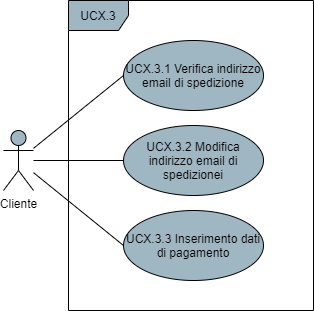
Before: DocumentazioneEsterna/AnalisiDeiRequisiti/res/UseCase/Immagini/InserimentoDatiAcquisto.png, a diagram exported from draw.io (Omicron-Team/Documentazione). Source tidied: cells renumbered, new cells last; positions are measured from the earlier drawing's top-left corner, leaving out a move shared by most shapes.
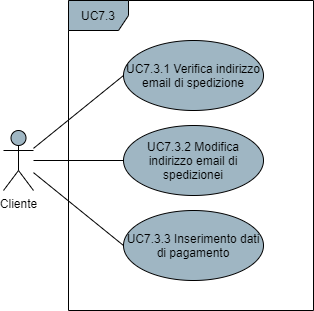
The same diagram one commit later.

Diff of the diagram source:
```diff
@@ -11,16 +11,16 @@
     <mxCell id="4" value="Cliente" style="shape=umlActor;verticalLabelPosition=bottom;verticalAlign=top;html=1;fillColor=#9FB6C3;" parent="1" vertex="1">
       <mxGeometry y="130" width="30" height="60" as="geometry" />
     </mxCell>
-    <mxCell id="5" value="UCX.3" style="shape=umlFrame;whiteSpace=wrap;html=1;fillColor=#9FB6C3;" parent="1" vertex="1">
+    <mxCell id="5" value="UC7.3" style="shape=umlFrame;whiteSpace=wrap;html=1;fillColor=#9FB6C3;" parent="1" vertex="1">
       <mxGeometry x="65" width="245" height="310" as="geometry" />
     </mxCell>
-    <mxCell id="6" value="UCX.3.2 Modifica indirizzo email di spedizionei" style="ellipse;whiteSpace=wrap;html=1;fillColor=#9FB6C3;" parent="1" vertex="1">
+    <mxCell id="6" value="UC7.3.2 Modifica indirizzo email di spedizionei" style="ellipse;whiteSpace=wrap;html=1;fillColor=#9FB6C3;" parent="1" vertex="1">
       <mxGeometry x="120" y="125" width="140" height="70" as="geometry" />
     </mxCell>
-    <mxCell id="7" value="UCX.3.3 Inserimento dati di pagamento" style="ellipse;whiteSpace=wrap;html=1;fillColor=#9FB6C3;" parent="1" vertex="1">
+    <mxCell id="7" value="UC7.3.3 Inserimento dati di pagamento" style="ellipse;whiteSpace=wrap;html=1;fillColor=#9FB6C3;" parent="1" vertex="1">
       <mxGeometry x="120" y="210" width="140" height="70" as="geometry" />
     </mxCell>
-    <mxCell id="8" value="UCX.3.1 Verifica indirizzo email di spedizione" style="ellipse;whiteSpace=wrap;html=1;fillColor=#9FB6C3;" parent="1" vertex="1">
+    <mxCell id="8" value="UC7.3.1 Verifica indirizzo email di spedizione" style="ellipse;whiteSpace=wrap;html=1;fillColor=#9FB6C3;" parent="1" vertex="1">
       <mxGeometry x="120" y="40" width="140" height="70" as="geometry" />
     </mxCell>
     <mxCell id="9" style="edgeStyle=none;rounded=0;jettySize=auto;html=1;entryX=0;entryY=0.5;entryDx=0;entryDy=0;endArrow=none;endFill=0;endSize=10;" parent="1" edge="1" source="4" target="8">
```
